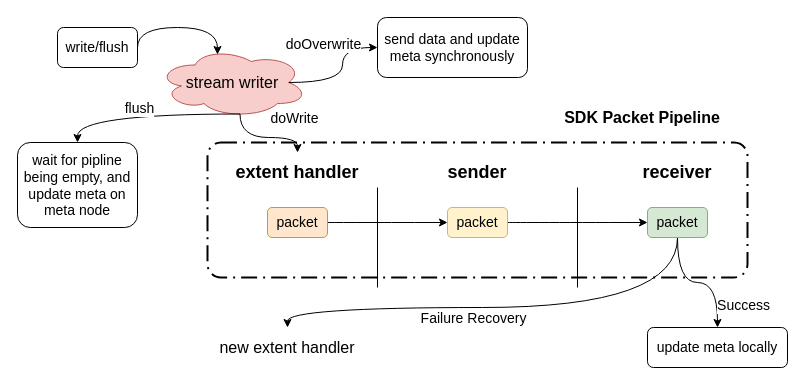
Above: chubaofs/src/sdk_data_pipeline.drawio in shuoranliu/drawio (draw.io), before the change. Source tidied: cells renumbered, new cells numbered last; positions are measured from the earlier drawing's top-left corner, leaving out a move shared by most shapes. Both pictures are drawn from the tidied source at 100%, with x=0, y=0 at pixel (17, 17).
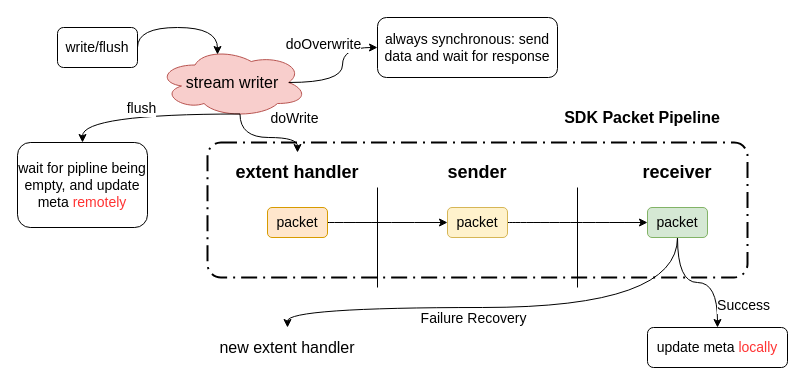
After the change.

What changed in the source:
```diff
@@
-    <mxCell id="24" value="&lt;font style=&quot;font-size: 14px&quot;&gt;send data and update meta synchronously&lt;/font&gt;" style="rounded=1;whiteSpace=wrap;html=1;" parent="1" vertex="1">
-      <mxGeometry x="360" width="150" height="60" as="geometry" />
+    <mxCell id="24" value="&lt;font style=&quot;font-size: 14px&quot;&gt;always synchronous: send data and wait for response&lt;/font&gt;" style="rounded=1;whiteSpace=wrap;html=1;" parent="1" vertex="1">
+      <mxGeometry x="360" width="180" height="60" as="geometry" />
     </mxCell>
-    <mxCell id="25" value="&lt;div&gt;&lt;span style=&quot;font-size: 14px&quot;&gt;wait for pipline being empty, and update meta on meta node&lt;/span&gt;&lt;/div&gt;" style="rounded=1;whiteSpace=wrap;html=1;align=center;" parent="1" vertex="1">
-      <mxGeometry y="125" width="120" height="85" as="geometry" />
+    <mxCell id="25" value="&lt;div&gt;&lt;span style=&quot;font-size: 14px&quot;&gt;wait for pipline being empty, and update meta &lt;font color=&quot;#ff3333&quot;&gt;remotely&lt;/font&gt;&lt;/span&gt;&lt;/div&gt;" style="rounded=1;whiteSpace=wrap;html=1;align=center;" parent="1" vertex="1">
+      <mxGeometry y="125" width="130" height="85" as="geometry" />
     </mxCell>
@@
-    <mxCell id="30" value="&lt;font style=&quot;font-size: 14px&quot;&gt;update meta locally&lt;/font&gt;" style="rounded=1;whiteSpace=wrap;html=1;" parent="1" vertex="1">
+    <mxCell id="30" value="&lt;font style=&quot;font-size: 14px&quot;&gt;update meta &lt;font color=&quot;#ff3333&quot;&gt;locally&lt;/font&gt;&lt;/font&gt;" style="rounded=1;whiteSpace=wrap;html=1;" parent="1" vertex="1">
       <mxGeometry x="630" y="310" width="140" height="40" as="geometry" />
     </mxCell>
```
